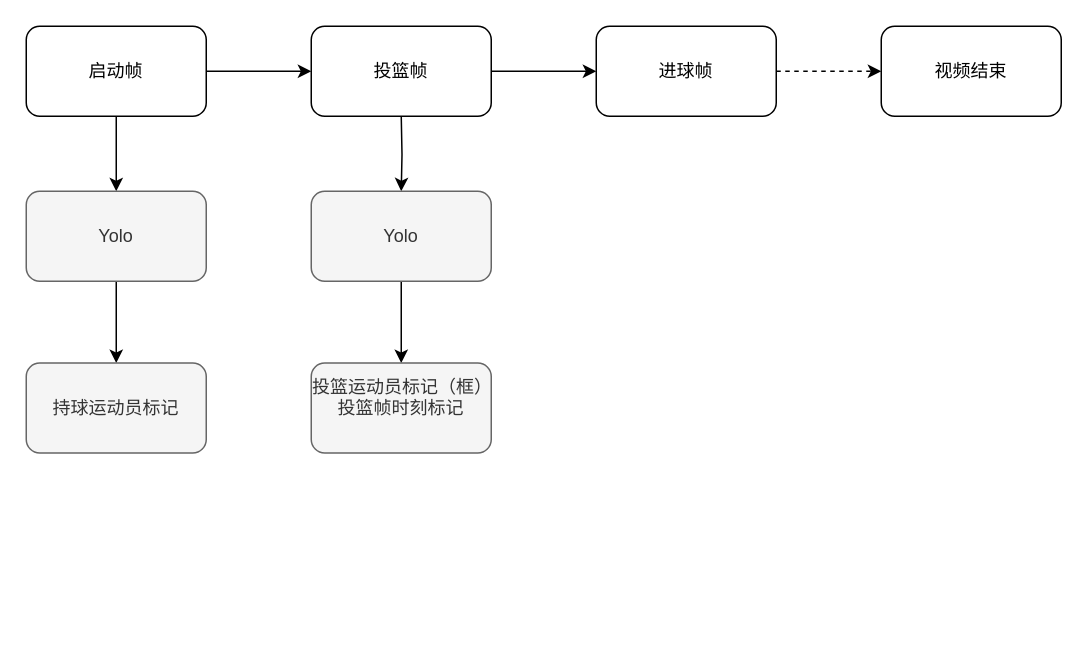
Earlier version of the draw.io diagram framework.drawio (buptss/-). Source tidied: cells renumbered, new cells numbered last; positions are measured from the earlier drawing's top-left corner, leaving out a move shared by most shapes. Both pictures are drawn from the tidied source at 150%, with x=0, y=0 at pixel (26, 26).
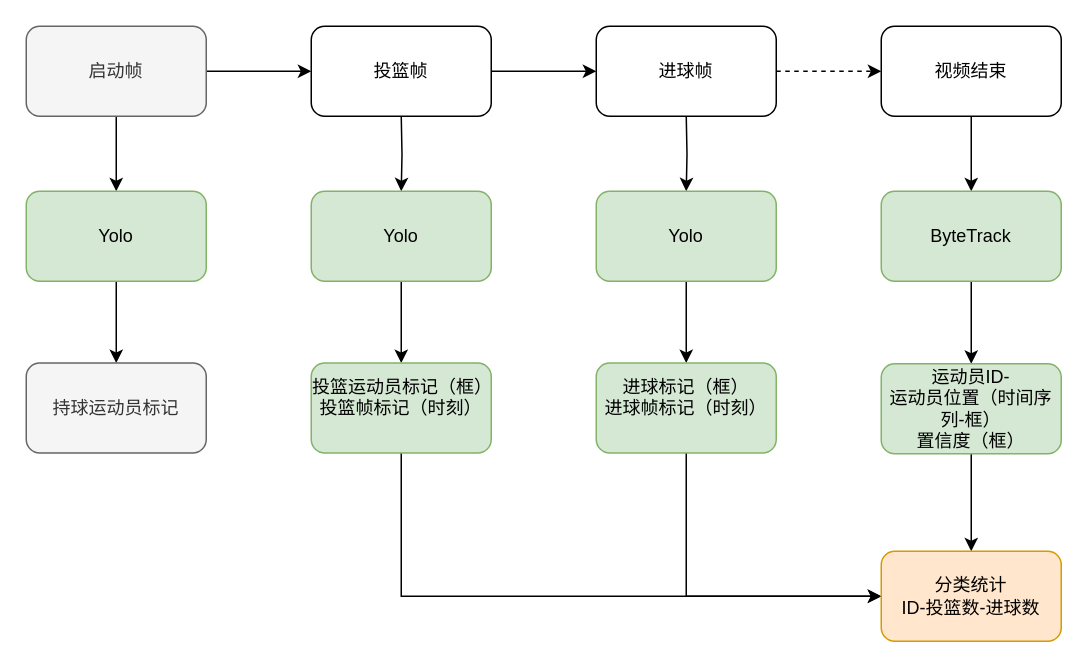
After the change.

Unchanged cells that the change refers to:
```xml
<mxCell id="9" value="视频结束" style="rounded=1;whiteSpace=wrap;html=1;" parent="1" vertex="1">
  <mxGeometry x="570" width="120" height="60" as="geometry" />
</mxCell>
```

What changed in the source:
```diff
@@
-    <mxCell id="4" value="启动帧" style="rounded=1;whiteSpace=wrap;html=1;" parent="1" vertex="1">
+    <mxCell id="4" value="启动帧" style="rounded=1;whiteSpace=wrap;html=1;fillColor=#f5f5f5;fontColor=#333333;strokeColor=#666666;" parent="1" vertex="1">
       <mxGeometry width="120" height="60" as="geometry" />
     </mxCell>
@@
+    <mxCell id="17" style="edgeStyle=orthogonalEdgeStyle;rounded=0;jettySize=auto;html=1;exitX=0.5;exitY=1;exitDx=0;exitDy=0;entryX=0.5;entryY=0;entryDx=0;entryDy=0;" parent="1" edge="1" source="9" target="25">
+      <mxGeometry relative="1" as="geometry" />
+    </mxCell>
@@
-    <mxCell id="11" value="Yolo" style="rounded=1;whiteSpace=wrap;html=1;fillColor=#f5f5f5;fontColor=#333333;strokeColor=#666666;" parent="1" vertex="1">
+    <mxCell id="11" value="Yolo" style="rounded=1;whiteSpace=wrap;html=1;fillColor=#d5e8d4;strokeColor=#82b366;" parent="1" vertex="1">
       <mxGeometry y="110" width="120" height="60" as="geometry" />
     </mxCell>
@@
-    <mxCell id="15" value="Yolo" style="rounded=1;whiteSpace=wrap;html=1;fillColor=#f5f5f5;fontColor=#333333;strokeColor=#666666;" parent="1" vertex="1">
+    <mxCell id="15" value="Yolo" style="rounded=1;whiteSpace=wrap;html=1;fillColor=#d5e8d4;strokeColor=#82b366;" parent="1" vertex="1">
       <mxGeometry x="190" y="110" width="120" height="60" as="geometry" />
     </mxCell>
+    <mxCell id="18" style="edgeStyle=orthogonalEdgeStyle;rounded=0;jettySize=auto;html=1;exitX=0.5;exitY=1;exitDx=0;exitDy=0;" parent="1" edge="1" source="16">
+      <mxGeometry relative="1" as="geometry">
+        <mxPoint x="570" y="380" as="targetPoint" />
+        <Array as="points">
+          <mxPoint x="250" y="380" />
+        </Array>
+      </mxGeometry>
+    </mxCell>
-    <mxCell id="16" value="投篮运动员标记（框）&lt;div&gt;投篮帧时刻标记&lt;/div&gt;&lt;div&gt;&lt;br&gt;&lt;/div&gt;" style="rounded=1;whiteSpace=wrap;html=1;fillColor=#f5f5f5;fontColor=#333333;strokeColor=#666666;" parent="1" vertex="1">
+    <mxCell id="16" value="投篮运动员标记（框）&lt;div&gt;投篮帧标记（&lt;span style=&quot;background-color: initial;&quot;&gt;时刻）&lt;/span&gt;&lt;/div&gt;&lt;div&gt;&lt;br&gt;&lt;/div&gt;" style="rounded=1;whiteSpace=wrap;html=1;fillColor=#d5e8d4;strokeColor=#82b366;" parent="1" vertex="1">
       <mxGeometry x="190" y="224.5" width="120" height="60" as="geometry" />
     </mxCell>
+    <mxCell id="19" style="edgeStyle=orthogonalEdgeStyle;rounded=0;jettySize=auto;html=1;exitX=0.5;exitY=1;exitDx=0;exitDy=0;entryX=0.5;entryY=0;entryDx=0;entryDy=0;" parent="1" edge="1" target="21">
+      <mxGeometry relative="1" as="geometry">
+        <mxPoint x="440" y="60" as="sourcePoint" />
+      </mxGeometry>
+    </mxCell>
+    <mxCell id="20" style="edgeStyle=orthogonalEdgeStyle;rounded=0;jettySize=auto;html=1;exitX=0.5;exitY=1;exitDx=0;exitDy=0;" parent="1" edge="1" source="21" target="23">
+      <mxGeometry relative="1" as="geometry" />
+    </mxCell>
+    <mxCell id="21" value="Yolo" style="rounded=1;whiteSpace=wrap;html=1;fillColor=#d5e8d4;strokeColor=#82b366;" parent="1" vertex="1">
+      <mxGeometry x="380" y="110" width="120" height="60" as="geometry" />
+    </mxCell>
+    <mxCell id="22" style="edgeStyle=orthogonalEdgeStyle;rounded=0;jettySize=auto;html=1;exitX=0.5;exitY=1;exitDx=0;exitDy=0;entryX=0;entryY=0.5;entryDx=0;entryDy=0;" parent="1" edge="1" source="23" target="28">
+      <mxGeometry relative="1" as="geometry" />
+    </mxCell>
+    <mxCell id="23" value="进球标记（框）&lt;div&gt;进球帧标记（&lt;span style=&quot;background-color: initial;&quot;&gt;时刻）&lt;/span&gt;&lt;/div&gt;&lt;div&gt;&lt;br&gt;&lt;/div&gt;" style="rounded=1;whiteSpace=wrap;html=1;fillColor=#d5e8d4;strokeColor=#82b366;" parent="1" vertex="1">
+      <mxGeometry x="380" y="224.5" width="120" height="60" as="geometry" />
+    </mxCell>
+    <mxCell id="24" style="edgeStyle=orthogonalEdgeStyle;rounded=0;jettySize=auto;html=1;exitX=0.5;exitY=1;exitDx=0;exitDy=0;entryX=0.5;entryY=0;entryDx=0;entryDy=0;" parent="1" edge="1" source="25" target="27">
+      <mxGeometry relative="1" as="geometry" />
+    </mxCell>
+    <mxCell id="25" value="ByteTrack" style="rounded=1;whiteSpace=wrap;html=1;fillColor=#d5e8d4;strokeColor=#82b366;" parent="1" vertex="1">
+      <mxGeometry x="570" y="110" width="120" height="60" as="geometry" />
+    </mxCell>
+    <mxCell id="26" style="edgeStyle=orthogonalEdgeStyle;rounded=0;jettySize=auto;html=1;exitX=0.5;exitY=1;exitDx=0;exitDy=0;entryX=0.5;entryY=0;entryDx=0;entryDy=0;" parent="1" edge="1" source="27" target="28">
+      <mxGeometry relative="1" as="geometry" />
+    </mxCell>
+    <mxCell id="27" value="运动员ID-&lt;div&gt;运动员位置（时间序列-框）&lt;/div&gt;&lt;div&gt;置信度（框）&lt;/div&gt;" style="rounded=1;whiteSpace=wrap;html=1;fillColor=#d5e8d4;strokeColor=#82b366;" parent="1" vertex="1">
+      <mxGeometry x="570" y="225" width="120" height="60" as="geometry" />
+    </mxCell>
+    <mxCell id="28" value="分类统计&lt;div&gt;ID-投篮数-进球数&lt;/div&gt;" style="rounded=1;whiteSpace=wrap;html=1;fillColor=#ffe6cc;strokeColor=#d79b00;" parent="1" vertex="1">
+      <mxGeometry x="570" y="350" width="120" height="60" as="geometry" />
+    </mxCell>
```
